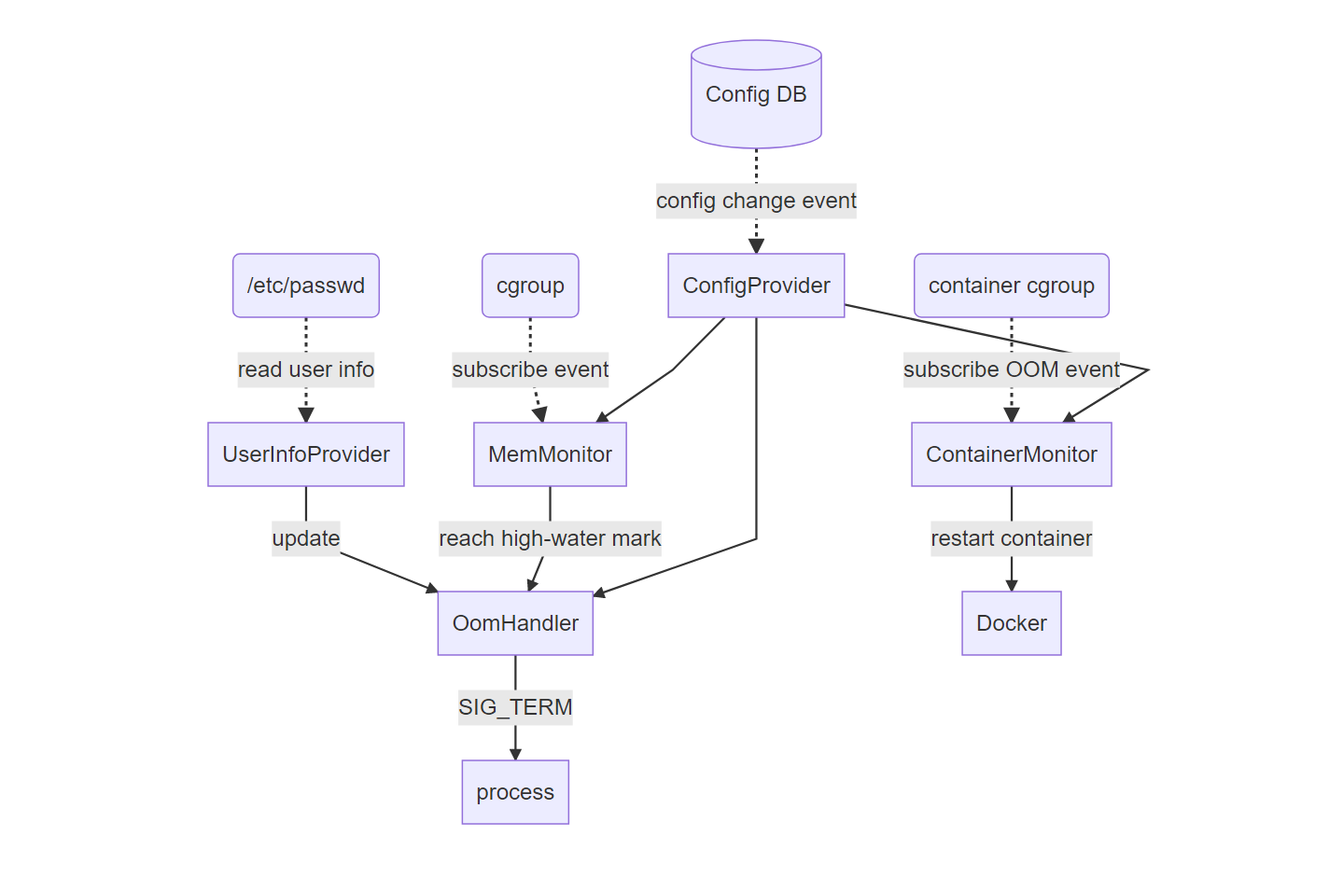
The Mermaid diagram doc/oomd/Detail design.PNG in sonic-net/SONiC, before a commit. Its source is kept beside it as doc/oomd/Detail design.mermaid. Its diagram source:
````mermaid
```mermaid
graph TD;
passwd(/etc/passwd) -. read user info .-> userinfoprovider[UserInfoProvider];
userinfoprovider -- update --> oomhandler[OomHandler];

cgroup(cgroup) -. subscribe event .-> memmonitor[MemMonitor]
memmonitor -- reach high-water mark --> oomhandler[OomHandler]

containercgroup(container cgroup) -. subscribe OOM event .-> containermonitor[ContainerMonitor]
containermonitor -- restart container --> docker[Docker]

confdb[(Config DB)] -. config change event .-> confprovider[ConfigProvider]
confprovider --> memmonitor
confprovider --> oomhandler
confprovider --> containermonitor

oomhandler -- SIG_TERM--> process[process]

```
````
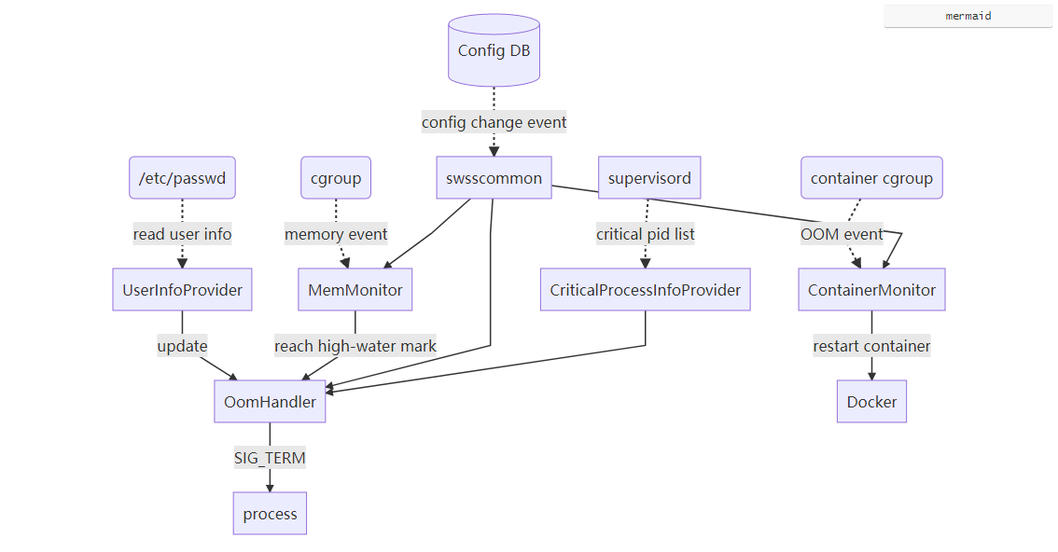
The same file after the commit.

Commit message:
Improve design document by PR comments

Diff of the diagram source:
```diff
@@ -3,16 +3,19 @@
 passwd(/etc/passwd) -. read user info .-> userinfoprovider[UserInfoProvider];
 userinfoprovider -- update --> oomhandler[OomHandler];
 
-cgroup(cgroup) -. subscribe event .-> memmonitor[MemMonitor]
+cgroup(cgroup) -. memory event .-> memmonitor[MemMonitor]
 memmonitor -- reach high-water mark --> oomhandler[OomHandler]
 
-containercgroup(container cgroup) -. subscribe OOM event .-> containermonitor[ContainerMonitor]
+containercgroup(container cgroup) -. OOM event .-> containermonitor[ContainerMonitor]
 containermonitor -- restart container --> docker[Docker]
 
-confdb[(Config DB)] -. config change event .-> confprovider[ConfigProvider]
-confprovider --> memmonitor
-confprovider --> oomhandler
-confprovider --> containermonitor
+confdb[(Config DB)] -. config change event .-> swsscommon[swsscommon]
+swsscommon --> memmonitor
+swsscommon --> containermonitor
+swsscommon --> oomhandler
+
+supervisord[supervisord] -. critical pid list .-> CriticalProcessInfoProvider[CriticalProcessInfoProvider]
+CriticalProcessInfoProvider --> oomhandler
 
 oomhandler -- SIG_TERM--> process[process]
 
```
